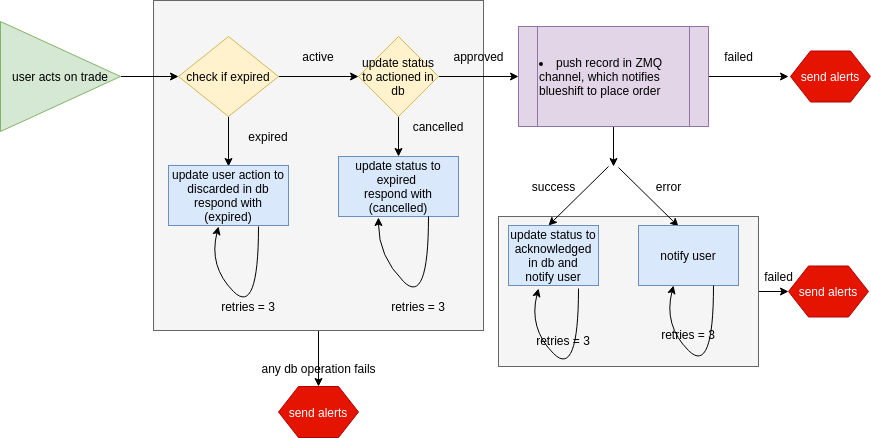
This is notification service flow chart 6.png from madhusai3113/bootcards, a draw.io export, as it was before one commit. Source tidied: cells renumbered, new cells last; positions are measured from the earlier drawing's top-left corner, leaving out a move shared by most shapes.
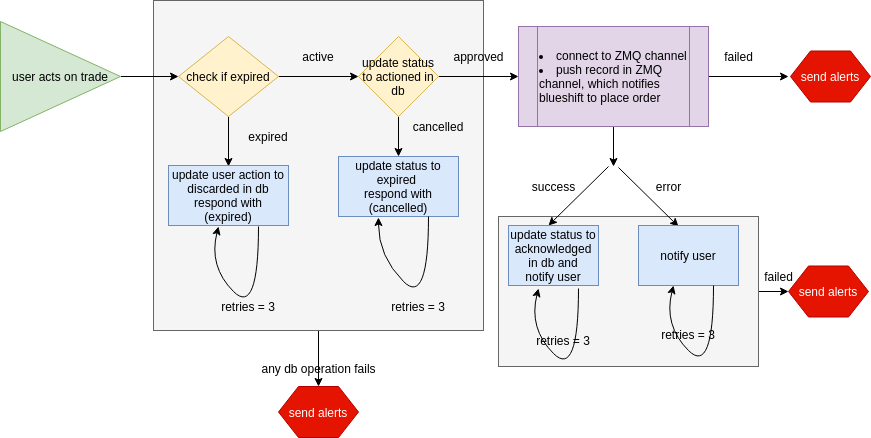
Above is the later version.

What changed in the source:
```diff
@@ -81,7 +81,7 @@
         <mxPoint x="613" y="166" as="targetPoint" />
       </mxGeometry>
     </mxCell>
-    <mxCell id="21" value="&lt;li style=&quot;white-space: normal&quot;&gt;push record in ZMQ channel, which notifies blueshift to place order&lt;/li&gt;" style="shape=process;whiteSpace=wrap;html=1;backgroundOutline=1;align=left;fillColor=#e1d5e7;strokeColor=#9673a6;" parent="1" vertex="1">
+    <mxCell id="21" value="&lt;li style=&quot;white-space: normal&quot;&gt;connect to ZMQ channel&lt;/li&gt;&lt;li style=&quot;white-space: normal&quot;&gt;push record in ZMQ channel, which notifies blueshift to place order&lt;/li&gt;" style="shape=process;whiteSpace=wrap;html=1;backgroundOutline=1;align=left;fillColor=#e1d5e7;strokeColor=#9673a6;" parent="1" vertex="1">
       <mxGeometry x="518" y="26" width="190" height="100" as="geometry" />
     </mxCell>
     <mxCell id="22" style="curved=1;endArrow=classic;html=1;" parent="1" edge="1">
```
